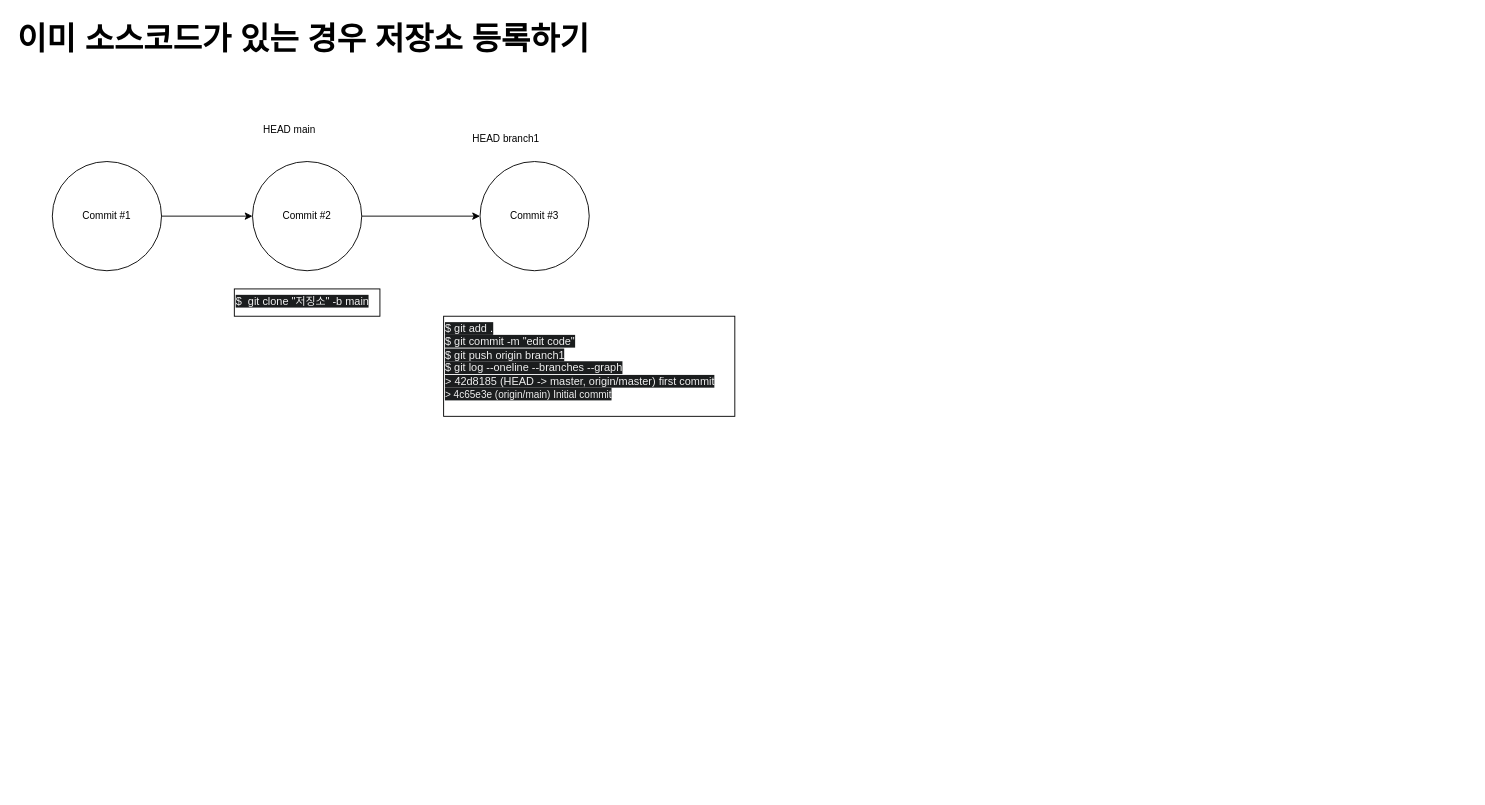
The draw.io diagram page "머지하기" (4 of 4) of Github.drawio in jdragon96/my-documents, before the edit. Source tidied: cells renumbered, new cells numbered last; positions are measured from the earlier drawing's top-left corner, leaving out a move shared by most shapes. Both pictures are drawn from the tidied source at 91%, with x=0, y=0 at pixel (15, 15).
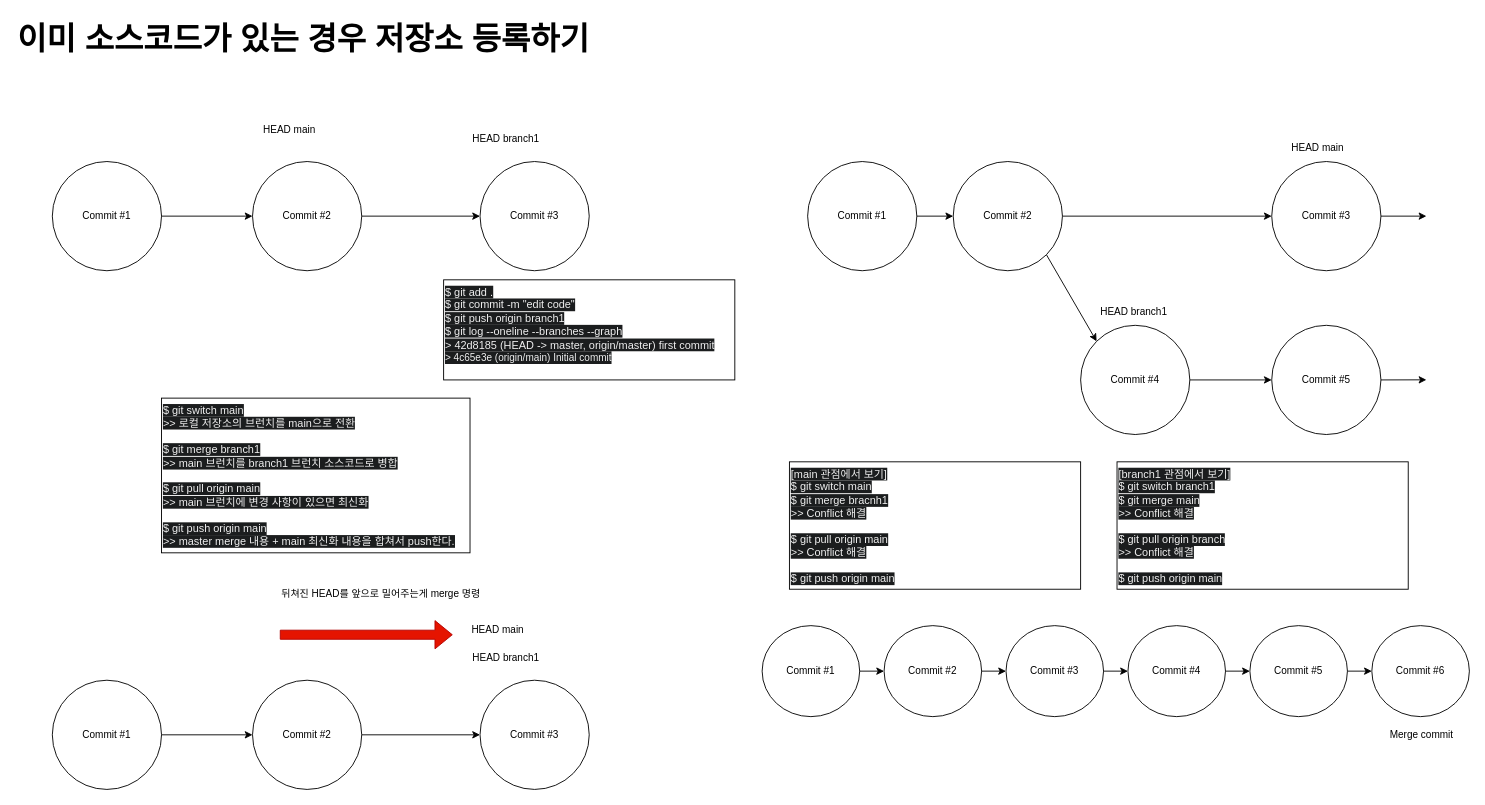
Above is the later version.

The edit, as a diff of the source:
```diff
@@
     <mxCell id="10" value="&lt;span style=&quot;color: rgb(240, 240, 240); font-family: Helvetica; font-size: 12px; font-style: normal; font-variant-ligatures: normal; font-variant-caps: normal; font-weight: 400; letter-spacing: normal; orphans: 2; text-align: left; text-indent: 0px; text-transform: none; widows: 2; word-spacing: 0px; -webkit-text-stroke-width: 0px; background-color: rgb(27, 29, 30); text-decoration-thickness: initial; text-decoration-style: initial; text-decoration-color: initial; float: none; display: inline !important;&quot;&gt;$ git add .&lt;br&gt;$ git commit -m &quot;edit code&quot;&lt;br&gt;$ git push origin branch1&lt;br&gt;$ git log --oneline --branches --graph&lt;br&gt;&amp;gt; 42d8185 (HEAD -&amp;gt; master, origin/master) first commit&lt;br style=&quot;padding: 0px; margin: 0px; font-size: 11px;&quot;&gt;&lt;span style=&quot;font-size: 11px;&quot;&gt;&amp;gt; 4c65e3e (origin/main) Initial commit&lt;/span&gt;&lt;br&gt;&lt;/span&gt;" style="text;whiteSpace=wrap;html=1;strokeColor=default;" parent="1" vertex="1">
-      <mxGeometry x="470" y="330" width="320" height="110" as="geometry" />
+      <mxGeometry x="470" y="290" width="320" height="110" as="geometry" />
     </mxCell>
-    <mxCell id="11" value="&lt;span style=&quot;color: rgb(240, 240, 240); font-family: Helvetica; font-size: 12px; font-style: normal; font-variant-ligatures: normal; font-variant-caps: normal; font-weight: 400; letter-spacing: normal; orphans: 2; text-align: left; text-indent: 0px; text-transform: none; widows: 2; word-spacing: 0px; -webkit-text-stroke-width: 0px; background-color: rgb(27, 29, 30); text-decoration-thickness: initial; text-decoration-style: initial; text-decoration-color: initial; float: none; display: inline !important;&quot;&gt;$&amp;nbsp; git clone &quot;저징소&quot; -b main&lt;br&gt;&lt;/span&gt;" style="text;whiteSpace=wrap;html=1;strokeColor=default;" parent="1" vertex="1">
-      <mxGeometry x="240" y="300" width="160" height="30" as="geometry" />
-    </mxCell>
+    <mxCell id="12" value="&lt;span style=&quot;color: rgb(240, 240, 240); font-family: Helvetica; font-size: 12px; font-style: normal; font-variant-ligatures: normal; font-variant-caps: normal; font-weight: 400; letter-spacing: normal; orphans: 2; text-align: left; text-indent: 0px; text-transform: none; widows: 2; word-spacing: 0px; -webkit-text-stroke-width: 0px; background-color: rgb(27, 29, 30); text-decoration-thickness: initial; text-decoration-style: initial; text-decoration-color: initial; float: none; display: inline !important;&quot;&gt;$ git switch main&lt;br&gt;&amp;gt;&amp;gt; 로컬 저장소의 브런치를 main으로 전환&lt;br&gt;&lt;br&gt;$ git merge branch1&lt;br&gt;&amp;gt;&amp;gt; main 브런치를 branch1 브런치 소스코드로 병합&lt;br&gt;&lt;br&gt;$ git pull origin main&lt;br&gt;&amp;gt;&amp;gt; main 브런치에 변경 사항이 있으면 최신화&lt;br&gt;&lt;br&gt;$ git push origin main&lt;br&gt;&amp;gt;&amp;gt; master merge 내용 + main 최신화 내용을 합쳐서 push한다.&lt;br&gt;&lt;/span&gt;" style="text;whiteSpace=wrap;html=1;strokeColor=default;" parent="1" vertex="1">
+      <mxGeometry x="160" y="420" width="339" height="170" as="geometry" />
+    </mxCell>
+    <mxCell id="13" style="edgeStyle=none;shape=connector;rounded=0;jettySize=auto;html=1;exitX=1;exitY=0.5;exitDx=0;exitDy=0;entryX=0;entryY=0.5;entryDx=0;entryDy=0;labelBackgroundColor=default;strokeColor=default;align=center;verticalAlign=middle;fontFamily=Helvetica;fontSize=11;fontColor=default;endArrow=classic;" parent="1" edge="1" source="14" target="16">
+      <mxGeometry relative="1" as="geometry" />
+    </mxCell>
+    <mxCell id="14" value="Commit #1" style="ellipse;whiteSpace=wrap;html=1;fontFamily=Helvetica;fontSize=11;fontColor=default;" parent="1" vertex="1">
+      <mxGeometry x="40" y="730" width="120" height="120" as="geometry" />
+    </mxCell>
+    <mxCell id="15" style="edgeStyle=none;shape=connector;rounded=0;jettySize=auto;html=1;exitX=1;exitY=0.5;exitDx=0;exitDy=0;entryX=0;entryY=0.5;entryDx=0;entryDy=0;labelBackgroundColor=default;strokeColor=default;align=center;verticalAlign=middle;fontFamily=Helvetica;fontSize=11;fontColor=default;endArrow=classic;" parent="1" edge="1" source="16" target="17">
+      <mxGeometry relative="1" as="geometry" />
+    </mxCell>
+    <mxCell id="16" value="Commit #2" style="ellipse;whiteSpace=wrap;html=1;fontFamily=Helvetica;fontSize=11;fontColor=default;" parent="1" vertex="1">
+      <mxGeometry x="260" y="730" width="120" height="120" as="geometry" />
+    </mxCell>
+    <mxCell id="17" value="Commit #3" style="ellipse;whiteSpace=wrap;html=1;fontFamily=Helvetica;fontSize=11;fontColor=default;" parent="1" vertex="1">
+      <mxGeometry x="510" y="730" width="120" height="120" as="geometry" />
+    </mxCell>
+    <mxCell id="18" value="HEAD main" style="text;html=1;strokeColor=none;fillColor=none;align=left;verticalAlign=middle;whiteSpace=wrap;rounded=0;fontSize=11;fontFamily=Helvetica;fontColor=default;" parent="1" vertex="1">
+      <mxGeometry x="499" y="660" width="130" height="30" as="geometry" />
+    </mxCell>
+    <mxCell id="19" value="HEAD branch1" style="text;html=1;strokeColor=none;fillColor=none;align=left;verticalAlign=middle;whiteSpace=wrap;rounded=0;fontSize=11;fontFamily=Helvetica;fontColor=default;" parent="1" vertex="1">
+      <mxGeometry x="500" y="690" width="140" height="30" as="geometry" />
+    </mxCell>
+    <mxCell id="20" style="shape=flexArrow;endArrow=classic;html=1;rounded=0;labelBackgroundColor=default;strokeColor=#B20000;align=center;verticalAlign=middle;fontFamily=Helvetica;fontSize=11;fontColor=default;fillColor=#e51400;" parent="1" edge="1">
+      <mxGeometry relative="1" as="geometry">
+        <mxPoint x="290" y="680" as="sourcePoint" />
+        <mxPoint x="480" y="680" as="targetPoint" />
+      </mxGeometry>
+    </mxCell>
+    <mxCell id="21" value="뒤쳐진 HEAD를 앞으로 밀어주는게 merge 명령" style="text;html=1;strokeColor=none;fillColor=none;align=left;verticalAlign=middle;whiteSpace=wrap;rounded=0;fontSize=11;fontFamily=Helvetica;fontColor=default;" parent="1" vertex="1">
+      <mxGeometry x="290" y="620" width="310" height="30" as="geometry" />
+    </mxCell>
+    <mxCell id="22" style="edgeStyle=none;shape=connector;rounded=0;jettySize=auto;html=1;exitX=1;exitY=0.5;exitDx=0;exitDy=0;entryX=0;entryY=0.5;entryDx=0;entryDy=0;labelBackgroundColor=default;strokeColor=default;align=center;verticalAlign=middle;fontFamily=Helvetica;fontSize=11;fontColor=default;endArrow=classic;" parent="1" edge="1" source="23" target="26">
+      <mxGeometry relative="1" as="geometry" />
+    </mxCell>
+    <mxCell id="23" value="Commit #1" style="ellipse;whiteSpace=wrap;html=1;fontFamily=Helvetica;fontSize=11;fontColor=default;" parent="1" vertex="1">
+      <mxGeometry x="870" y="160" width="120" height="120" as="geometry" />
+    </mxCell>
+    <mxCell id="24" style="edgeStyle=none;shape=connector;rounded=0;jettySize=auto;html=1;exitX=1;exitY=0.5;exitDx=0;exitDy=0;entryX=0;entryY=0.5;entryDx=0;entryDy=0;labelBackgroundColor=default;strokeColor=default;align=center;verticalAlign=middle;fontFamily=Helvetica;fontSize=11;fontColor=default;endArrow=classic;" parent="1" edge="1" source="26" target="28">
+      <mxGeometry relative="1" as="geometry" />
+    </mxCell>
+    <mxCell id="25" style="edgeStyle=none;shape=connector;rounded=0;jettySize=auto;html=1;exitX=1;exitY=1;exitDx=0;exitDy=0;entryX=0;entryY=0;entryDx=0;entryDy=0;labelBackgroundColor=default;strokeColor=default;align=center;verticalAlign=middle;fontFamily=Helvetica;fontSize=11;fontColor=default;endArrow=classic;" parent="1" edge="1" source="26" target="32">
+      <mxGeometry relative="1" as="geometry" />
+    </mxCell>
+    <mxCell id="26" value="Commit #2" style="ellipse;whiteSpace=wrap;html=1;fontFamily=Helvetica;fontSize=11;fontColor=default;" parent="1" vertex="1">
+      <mxGeometry x="1030" y="160" width="120" height="120" as="geometry" />
+    </mxCell>
+    <mxCell id="27" style="edgeStyle=none;shape=connector;rounded=0;jettySize=auto;html=1;exitX=1;exitY=0.5;exitDx=0;exitDy=0;labelBackgroundColor=default;strokeColor=default;align=center;verticalAlign=middle;fontFamily=Helvetica;fontSize=11;fontColor=default;endArrow=classic;" parent="1" edge="1" source="28">
+      <mxGeometry relative="1" as="geometry">
+        <mxPoint x="1550" y="220" as="targetPoint" />
+      </mxGeometry>
+    </mxCell>
+    <mxCell id="28" value="Commit #3" style="ellipse;whiteSpace=wrap;html=1;fontFamily=Helvetica;fontSize=11;fontColor=default;" parent="1" vertex="1">
+      <mxGeometry x="1380" y="160" width="120" height="120" as="geometry" />
+    </mxCell>
+    <mxCell id="29" value="HEAD branch1" style="text;html=1;strokeColor=none;fillColor=none;align=left;verticalAlign=middle;whiteSpace=wrap;rounded=0;fontSize=11;fontFamily=Helvetica;fontColor=default;" parent="1" vertex="1">
+      <mxGeometry x="1190" y="310" width="130" height="30" as="geometry" />
+    </mxCell>
+    <mxCell id="30" value="HEAD main" style="text;html=1;strokeColor=none;fillColor=none;align=left;verticalAlign=middle;whiteSpace=wrap;rounded=0;fontSize=11;fontFamily=Helvetica;fontColor=default;" parent="1" vertex="1">
+      <mxGeometry x="1400" y="130" width="140" height="30" as="geometry" />
+    </mxCell>
+    <mxCell id="31" style="edgeStyle=none;shape=connector;rounded=0;jettySize=auto;html=1;exitX=1;exitY=0.5;exitDx=0;exitDy=0;entryX=0;entryY=0.5;entryDx=0;entryDy=0;labelBackgroundColor=default;strokeColor=default;align=center;verticalAlign=middle;fontFamily=Helvetica;fontSize=11;fontColor=default;endArrow=classic;" parent="1" edge="1" source="32" target="35">
+      <mxGeometry relative="1" as="geometry" />
+    </mxCell>
+    <mxCell id="32" value="Commit #4" style="ellipse;whiteSpace=wrap;html=1;fontFamily=Helvetica;fontSize=11;fontColor=default;" parent="1" vertex="1">
+      <mxGeometry x="1170" y="340" width="120" height="120" as="geometry" />
+    </mxCell>
+    <mxCell id="33" value="&lt;span style=&quot;color: rgb(240, 240, 240); font-family: Helvetica; font-size: 12px; font-style: normal; font-variant-ligatures: normal; font-variant-caps: normal; font-weight: 400; letter-spacing: normal; orphans: 2; text-align: left; text-indent: 0px; text-transform: none; widows: 2; word-spacing: 0px; -webkit-text-stroke-width: 0px; background-color: rgb(27, 29, 30); text-decoration-thickness: initial; text-decoration-style: initial; text-decoration-color: initial; float: none; display: inline !important;&quot;&gt;[main 관점에서 보기]&lt;br&gt;$ git switch main&lt;br&gt;$ git merge bracnh1&lt;br&gt;&amp;gt;&amp;gt; Conflict 해결&lt;br&gt;&lt;br&gt;$ git pull origin main&lt;br&gt;&amp;gt;&amp;gt; Conflict 해결&lt;br&gt;&lt;br&gt;$ git push origin main&lt;br&gt;&lt;/span&gt;" style="text;whiteSpace=wrap;html=1;strokeColor=default;" parent="1" vertex="1">
+      <mxGeometry x="850" y="490" width="320" height="140" as="geometry" />
+    </mxCell>
+    <mxCell id="34" style="edgeStyle=none;shape=connector;rounded=0;jettySize=auto;html=1;exitX=1;exitY=0.5;exitDx=0;exitDy=0;labelBackgroundColor=default;strokeColor=default;align=center;verticalAlign=middle;fontFamily=Helvetica;fontSize=11;fontColor=default;endArrow=classic;" parent="1" edge="1" source="35">
+      <mxGeometry relative="1" as="geometry">
+        <mxPoint x="1550" y="399.9" as="targetPoint" />
+      </mxGeometry>
+    </mxCell>
+    <mxCell id="35" value="Commit #5" style="ellipse;whiteSpace=wrap;html=1;fontFamily=Helvetica;fontSize=11;fontColor=default;" parent="1" vertex="1">
+      <mxGeometry x="1380" y="340" width="120" height="120" as="geometry" />
+    </mxCell>
+    <mxCell id="36" value="&lt;span style=&quot;color: rgb(240, 240, 240); font-family: Helvetica; font-size: 12px; font-style: normal; font-variant-ligatures: normal; font-variant-caps: normal; font-weight: 400; letter-spacing: normal; orphans: 2; text-align: left; text-indent: 0px; text-transform: none; widows: 2; word-spacing: 0px; -webkit-text-stroke-width: 0px; background-color: rgb(27, 29, 30); text-decoration-thickness: initial; text-decoration-style: initial; text-decoration-color: initial; float: none; display: inline !important;&quot;&gt;[branch1 관점에서 보기]&lt;br&gt;$ git switch branch1&lt;br&gt;$ git merge main&lt;br&gt;&amp;gt;&amp;gt; Conflict 해결&lt;br&gt;&lt;br&gt;$ git pull origin branch&lt;br&gt;&amp;gt;&amp;gt; Conflict 해결&lt;br&gt;&lt;br&gt;$ git push origin main&lt;br&gt;&lt;/span&gt;" style="text;whiteSpace=wrap;html=1;strokeColor=default;" parent="1" vertex="1">
+      <mxGeometry x="1210" y="490" width="320" height="140" as="geometry" />
+    </mxCell>
+    <mxCell id="37" value="Commit #1" style="ellipse;whiteSpace=wrap;html=1;fontFamily=Helvetica;fontSize=11;fontColor=default;" parent="1" vertex="1">
+      <mxGeometry x="820" y="670" width="107.2" height="100" as="geometry" />
+    </mxCell>
+    <mxCell id="38" value="Commit #2" style="ellipse;whiteSpace=wrap;html=1;fontFamily=Helvetica;fontSize=11;fontColor=default;" parent="1" vertex="1">
+      <mxGeometry x="954" y="670" width="107.2" height="100" as="geometry" />
+    </mxCell>
+    <mxCell id="39" style="edgeStyle=none;shape=connector;rounded=0;jettySize=auto;html=1;exitX=1;exitY=0.5;exitDx=0;exitDy=0;entryX=0;entryY=0.5;entryDx=0;entryDy=0;labelBackgroundColor=default;strokeColor=default;align=center;verticalAlign=middle;fontFamily=Helvetica;fontSize=11;fontColor=default;endArrow=classic;" parent="1" edge="1" source="37" target="38">
+      <mxGeometry relative="1" as="geometry" />
+    </mxCell>
+    <mxCell id="40" value="Commit #4" style="ellipse;whiteSpace=wrap;html=1;fontFamily=Helvetica;fontSize=11;fontColor=default;" parent="1" vertex="1">
+      <mxGeometry x="1222" y="670" width="107.2" height="100" as="geometry" />
+    </mxCell>
+    <mxCell id="41" style="edgeStyle=none;shape=connector;rounded=0;jettySize=auto;html=1;exitX=1;exitY=0.5;exitDx=0;exitDy=0;entryX=0;entryY=0.5;entryDx=0;entryDy=0;labelBackgroundColor=default;strokeColor=default;align=center;verticalAlign=middle;fontFamily=Helvetica;fontSize=11;fontColor=default;endArrow=classic;" parent="1" edge="1" source="42" target="40">
+      <mxGeometry relative="1" as="geometry" />
+    </mxCell>
+    <mxCell id="42" value="Commit #3" style="ellipse;whiteSpace=wrap;html=1;fontFamily=Helvetica;fontSize=11;fontColor=default;" parent="1" vertex="1">
+      <mxGeometry x="1088" y="670" width="107.2" height="100" as="geometry" />
+    </mxCell>
+    <mxCell id="43" style="edgeStyle=none;shape=connector;rounded=0;jettySize=auto;html=1;exitX=1;exitY=0.5;exitDx=0;exitDy=0;entryX=0;entryY=0.5;entryDx=0;entryDy=0;labelBackgroundColor=default;strokeColor=default;align=center;verticalAlign=middle;fontFamily=Helvetica;fontSize=11;fontColor=default;endArrow=classic;" parent="1" edge="1" source="38" target="42">
+      <mxGeometry relative="1" as="geometry" />
+    </mxCell>
+    <mxCell id="44" style="edgeStyle=none;shape=connector;rounded=0;jettySize=auto;html=1;exitX=1;exitY=0.5;exitDx=0;exitDy=0;labelBackgroundColor=default;strokeColor=default;align=center;verticalAlign=middle;fontFamily=Helvetica;fontSize=11;fontColor=default;endArrow=classic;entryX=0;entryY=0.5;entryDx=0;entryDy=0;" parent="1" edge="1" source="45" target="47">
+      <mxGeometry relative="1" as="geometry" />
+    </mxCell>
+    <mxCell id="45" value="Commit #5" style="ellipse;whiteSpace=wrap;html=1;fontFamily=Helvetica;fontSize=11;fontColor=default;" parent="1" vertex="1">
+      <mxGeometry x="1356" y="670" width="107.2" height="100" as="geometry" />
+    </mxCell>
+    <mxCell id="46" style="edgeStyle=none;shape=connector;rounded=0;jettySize=auto;html=1;exitX=1;exitY=0.5;exitDx=0;exitDy=0;entryX=0;entryY=0.5;entryDx=0;entryDy=0;labelBackgroundColor=default;strokeColor=default;align=center;verticalAlign=middle;fontFamily=Helvetica;fontSize=11;fontColor=default;endArrow=classic;" parent="1" edge="1" source="40" target="45">
+      <mxGeometry relative="1" as="geometry" />
+    </mxCell>
+    <mxCell id="47" value="Commit #6" style="ellipse;whiteSpace=wrap;html=1;fontFamily=Helvetica;fontSize=11;fontColor=default;" parent="1" vertex="1">
+      <mxGeometry x="1490" y="670" width="107.2" height="100" as="geometry" />
+    </mxCell>
+    <mxCell id="48" value="Merge commit" style="text;html=1;strokeColor=none;fillColor=none;align=center;verticalAlign=middle;whiteSpace=wrap;rounded=0;fontSize=11;fontFamily=Helvetica;fontColor=default;" parent="1" vertex="1">
+      <mxGeometry x="1500" y="775" width="90" height="30" as="geometry" />
+    </mxCell>
```
